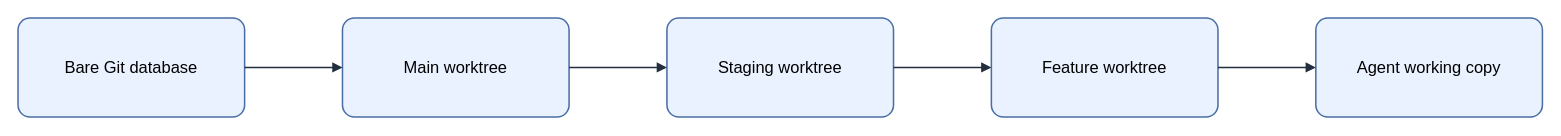
Above: assets/img/git/bare-worktree-layout.drawio in KKamJi98/kkamji98.github.io (draw.io), before the change. Source tidied: cells renumbered, new cells numbered last; positions are measured from the earlier drawing's top-left corner, leaving out a move shared by most shapes. Both pictures are drawn from the tidied source at 103%, with x=0, y=0 at pixel (18, 18).
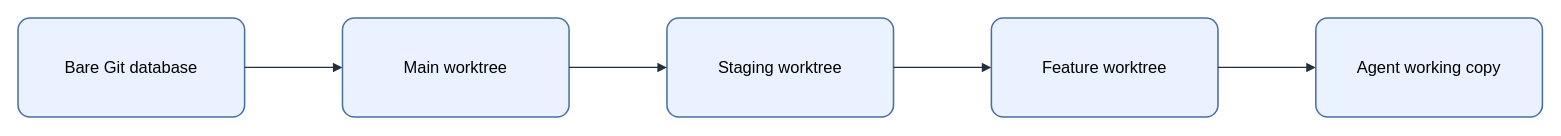
After the change.

Change to the diagram source:
```diff
@@
 <mxGraphModel background="#FFFFFF">
   <root>
     <mxCell id="0" />
     <mxCell id="1" parent="0" />
-    <mxCell id="2" value="&lt;font style=&quot;color: rgb(0, 0, 0);&quot;&gt;Bare Git database&lt;/font&gt;" style="rounded=1;arcSize=12;whiteSpace=wrap;html=1;fillColor=#EAF2FF;strokeColor=#4A6FA5;strokeWidth=1.5;fontColor=#000000;fontSize=16;align=center;verticalAlign=middle;spacing=8;shadow=0;" parent="1" vertex="1">
+    <mxCell id="2" value="Bare Git database" style="rounded=1;arcSize=12;whiteSpace=wrap;html=0;fillColor=#EAF2FF;strokeColor=#4A6FA5;strokeWidth=1.5;fontColor=#000000;fontSize=16;align=center;verticalAlign=middle;spacing=8;shadow=0;" parent="1" vertex="1">
       <mxGeometry width="220" height="96" as="geometry" />
     </mxCell>
-    <mxCell id="3" value="&lt;font style=&quot;color: rgb(0, 0, 0);&quot;&gt;Main worktree&lt;/font&gt;" style="rounded=1;arcSize=12;whiteSpace=wrap;html=1;fillColor=#EAF2FF;strokeColor=#4A6FA5;strokeWidth=1.5;fontColor=#000000;fontSize=16;align=center;verticalAlign=middle;spacing=8;shadow=0;" parent="1" vertex="1">
+    <mxCell id="3" value="Main worktree" style="rounded=1;arcSize=12;whiteSpace=wrap;html=0;fillColor=#EAF2FF;strokeColor=#4A6FA5;strokeWidth=1.5;fontColor=#000000;fontSize=16;align=center;verticalAlign=middle;spacing=8;shadow=0;" parent="1" vertex="1">
       <mxGeometry x="315" width="220" height="96" as="geometry" />
     </mxCell>
-    <mxCell id="4" value="&lt;font style=&quot;color: rgb(0, 0, 0);&quot;&gt;Staging worktree&lt;/font&gt;" style="rounded=1;arcSize=12;whiteSpace=wrap;html=1;fillColor=#EAF2FF;strokeColor=#4A6FA5;strokeWidth=1.5;fontColor=#000000;fontSize=16;align=center;verticalAlign=middle;spacing=8;shadow=0;" parent="1" vertex="1">
+    <mxCell id="4" value="Staging worktree" style="rounded=1;arcSize=12;whiteSpace=wrap;html=0;fillColor=#EAF2FF;strokeColor=#4A6FA5;strokeWidth=1.5;fontColor=#000000;fontSize=16;align=center;verticalAlign=middle;spacing=8;shadow=0;" parent="1" vertex="1">
       <mxGeometry x="630" width="220" height="96" as="geometry" />
     </mxCell>
-    <mxCell id="5" value="&lt;font style=&quot;color: rgb(0, 0, 0);&quot;&gt;Feature worktree&lt;/font&gt;" style="rounded=1;arcSize=12;whiteSpace=wrap;html=1;fillColor=#EAF2FF;strokeColor=#4A6FA5;strokeWidth=1.5;fontColor=#000000;fontSize=16;align=center;verticalAlign=middle;spacing=8;shadow=0;" parent="1" vertex="1">
+    <mxCell id="5" value="Feature worktree" style="rounded=1;arcSize=12;whiteSpace=wrap;html=0;fillColor=#EAF2FF;strokeColor=#4A6FA5;strokeWidth=1.5;fontColor=#000000;fontSize=16;align=center;verticalAlign=middle;spacing=8;shadow=0;" parent="1" vertex="1">
       <mxGeometry x="945" width="220" height="96" as="geometry" />
     </mxCell>
-    <mxCell id="6" value="&lt;font style=&quot;color: rgb(0, 0, 0);&quot;&gt;Agent working copy&lt;/font&gt;" style="rounded=1;arcSize=12;whiteSpace=wrap;html=1;fillColor=#EAF2FF;strokeColor=#4A6FA5;strokeWidth=1.5;fontColor=#000000;fontSize=16;align=center;verticalAlign=middle;spacing=8;shadow=0;" parent="1" vertex="1">
+    <mxCell id="6" value="Agent working copy" style="rounded=1;arcSize=12;whiteSpace=wrap;html=0;fillColor=#EAF2FF;strokeColor=#4A6FA5;strokeWidth=1.5;fontColor=#000000;fontSize=16;align=center;verticalAlign=middle;spacing=8;shadow=0;" parent="1" vertex="1">
       <mxGeometry x="1260" width="220" height="96" as="geometry" />
     </mxCell>
-    <mxCell id="7" style="edgeStyle=orthogonalEdgeStyle;rounded=0;jettySize=auto;html=1;endArrow=block;endFill=1;strokeColor=#232F3E;strokeWidth=1.5;fontColor=#000000;labelBackgroundColor=none;exitX=1;exitY=0.5;exitDx=0;exitDy=0;entryX=0;entryY=0.5;entryDx=0;entryDy=0;" parent="1" edge="1" source="2" target="3">
+    <mxCell id="7" style="edgeStyle=orthogonalEdgeStyle;rounded=0;jettySize=auto;html=0;endArrow=block;endFill=1;strokeColor=#232F3E;strokeWidth=1.25;fontColor=#000000;labelBackgroundColor=none;exitX=1;exitY=0.5;exitDx=0;exitDy=0;entryX=0;entryY=0.5;entryDx=0;entryDy=0;" parent="1" edge="1" source="2" target="3">
       <mxGeometry relative="1" as="geometry" />
     </mxCell>
-    <mxCell id="8" style="edgeStyle=orthogonalEdgeStyle;rounded=0;jettySize=auto;html=1;endArrow=block;endFill=1;strokeColor=#232F3E;strokeWidth=1.5;fontColor=#000000;labelBackgroundColor=none;exitX=1;exitY=0.5;exitDx=0;exitDy=0;entryX=0;entryY=0.5;entryDx=0;entryDy=0;" parent="1" edge="1" source="3" target="4">
+    <mxCell id="8" style="edgeStyle=orthogonalEdgeStyle;rounded=0;jettySize=auto;html=0;endArrow=block;endFill=1;strokeColor=#232F3E;strokeWidth=1.25;fontColor=#000000;labelBackgroundColor=none;exitX=1;exitY=0.5;exitDx=0;exitDy=0;entryX=0;entryY=0.5;entryDx=0;entryDy=0;" parent="1" edge="1" source="3" target="4">
       <mxGeometry relative="1" as="geometry" />
     </mxCell>
-    <mxCell id="9" style="edgeStyle=orthogonalEdgeStyle;rounded=0;jettySize=auto;html=1;endArrow=block;endFill=1;strokeColor=#232F3E;strokeWidth=1.5;fontColor=#000000;labelBackgroundColor=none;exitX=1;exitY=0.5;exitDx=0;exitDy=0;entryX=0;entryY=0.5;entryDx=0;entryDy=0;" parent="1" edge="1" source="4" target="5">
+    <mxCell id="9" style="edgeStyle=orthogonalEdgeStyle;rounded=0;jettySize=auto;html=0;endArrow=block;endFill=1;strokeColor=#232F3E;strokeWidth=1.25;fontColor=#000000;labelBackgroundColor=none;exitX=1;exitY=0.5;exitDx=0;exitDy=0;entryX=0;entryY=0.5;entryDx=0;entryDy=0;" parent="1" edge="1" source="4" target="5">
       <mxGeometry relative="1" as="geometry" />
     </mxCell>
-    <mxCell id="10" style="edgeStyle=orthogonalEdgeStyle;rounded=0;jettySize=auto;html=1;endArrow=block;endFill=1;strokeColor=#232F3E;strokeWidth=1.5;fontColor=#000000;labelBackgroundColor=none;exitX=1;exitY=0.5;exitDx=0;exitDy=0;entryX=0;entryY=0.5;entryDx=0;entryDy=0;" parent="1" edge="1" source="5" target="6">
+    <mxCell id="10" style="edgeStyle=orthogonalEdgeStyle;rounded=0;jettySize=auto;html=0;endArrow=block;endFill=1;strokeColor=#232F3E;strokeWidth=1.25;fontColor=#000000;labelBackgroundColor=none;exitX=1;exitY=0.5;exitDx=0;exitDy=0;entryX=0;entryY=0.5;entryDx=0;entryDy=0;" parent="1" edge="1" source="5" target="6">
       <mxGeometry relative="1" as="geometry" />
     </mxCell>
   </root>
 </mxGraphModel>
```
